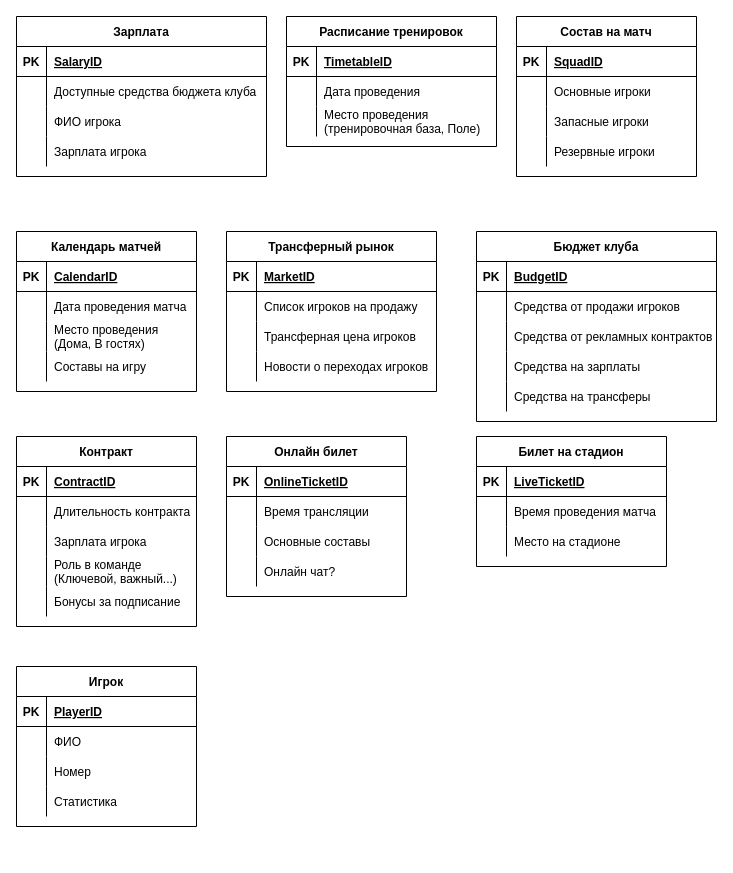
Alexsander996/football keeps this draw.io diagram as ER Diagramm beta11.drawio. Above is the earlier version. Source tidied: cells renumbered, new cells numbered last; positions are measured from the earlier drawing's top-left corner, leaving out a move shared by most shapes. Both pictures are drawn from the tidied source at 100%, with x=0, y=0 at pixel (16, 16).
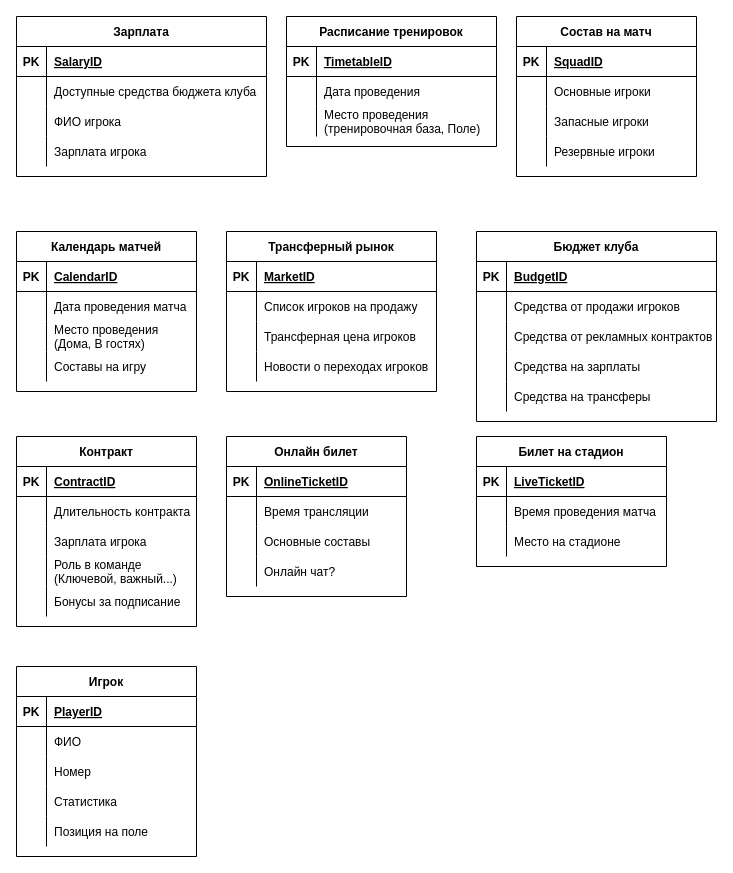
The same page after the edit.

The edit, as a diff of the source:
```diff
@@
     <mxCell id="119" value="Игрок" style="shape=table;startSize=30;childLayout=tableLayout;rowLines=0;fontStyle=1;align=center;" parent="1" vertex="1">
-      <mxGeometry y="650" width="180" height="160" as="geometry" />
+      <mxGeometry y="650" width="180" height="190" as="geometry" />
     </mxCell>
@@
+    <mxCell id="132" style="shape=partialRectangle;fillColor=none;top=0;left=0;bottom=0;right=0;" parent="119" vertex="1">
+      <mxGeometry y="150" width="180" height="30" as="geometry" />
+    </mxCell>
+    <mxCell id="133" style="shape=partialRectangle;fillColor=none;top=0;left=0;bottom=0;right=0;overflow=hidden;" parent="132" vertex="1">
+      <mxGeometry width="30" height="30" as="geometry" />
+    </mxCell>
+    <mxCell id="134" value="Позиция на поле" style="shape=partialRectangle;fillColor=none;top=0;left=0;bottom=0;right=0;align=left;spacingLeft=6;overflow=hidden;" parent="132" vertex="1">
+      <mxGeometry x="30" width="150" height="30" as="geometry" />
+    </mxCell>
```
